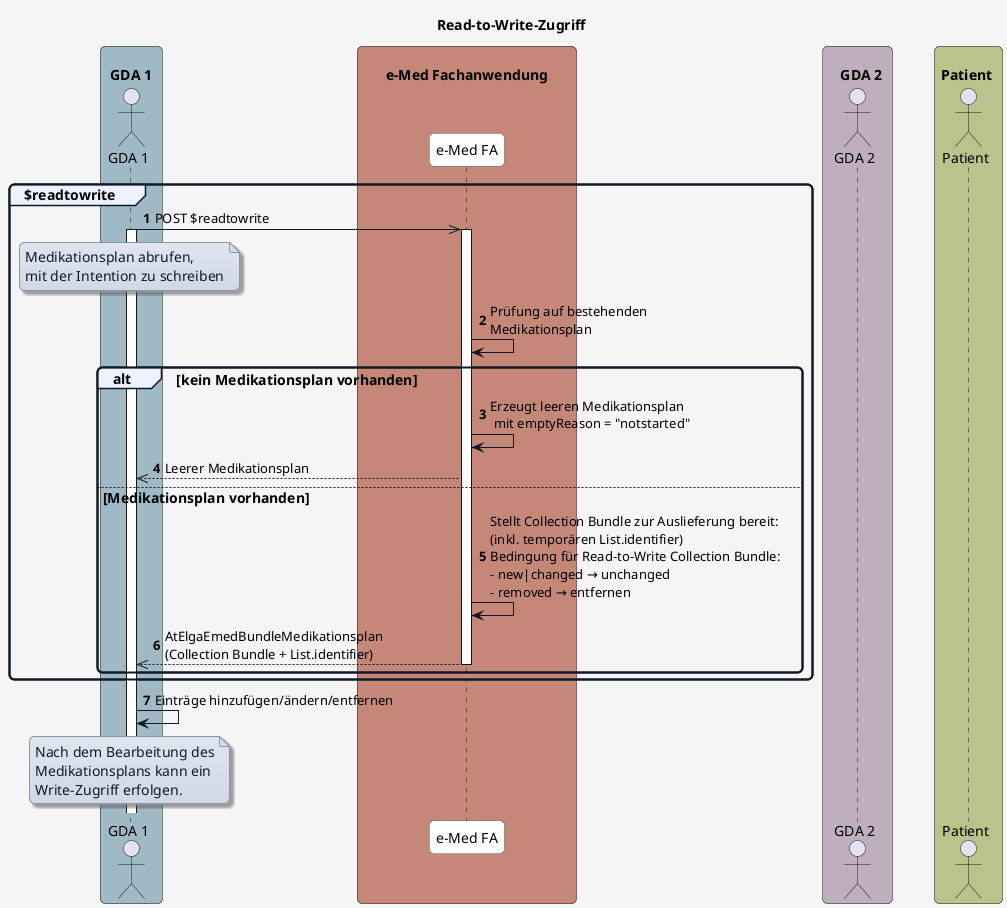
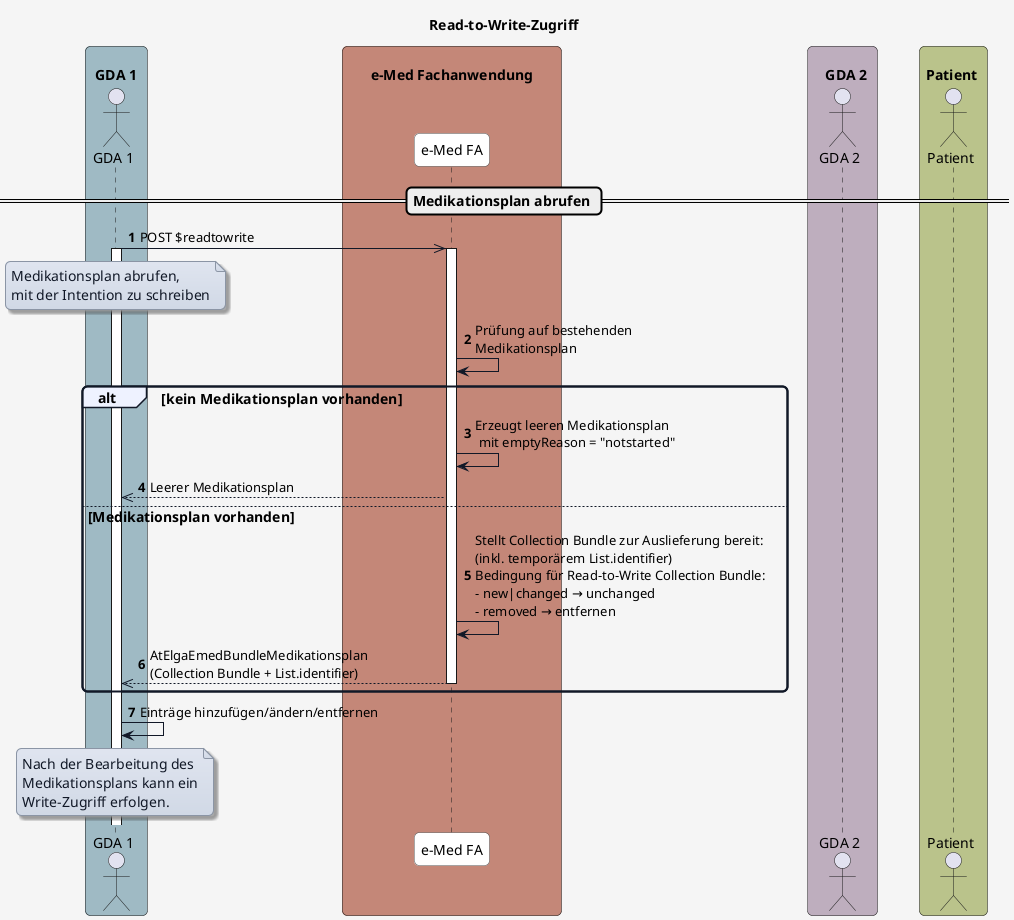
@startuml
title Read-to-Write-Zugriff

skinparam borderColor #000000
skinparam backgroundColor #f5f5f5
skinparam shadowing false
skinparam roundCorner 10
skinparam defaultFontName "Arial"
skinparam defaultFontSize 14
skinparam defaultFontColor #000000

skinparam note {
  BackgroundColor #e0e5f0-#d1d9e6
  BorderColor #8b95a5
  BorderThickness 1
  RoundCorner 8
  Padding 6
  FontColor #111827
  Shadowing true
}

skinparam HyperlinkColor #0000EE
skinparam HyperlinkUnderline false

skinparam sequence {
  ParticipantBorderColor #555555
  ParticipantBackgroundColor #ffffff
  ParticipantFontColor #000000
  ParticipantFontSize 14
  ParticipantPadding 20
  ArrowColor #111827
  ArrowThickness 1
  ArrowFontColor #000000
  ArrowFontSize 13
  GroupBorderColor #111827
  GroupBackgroundColor #eef2ff
  GroupBorderThickness 2
}

skinparam BoxPadding 20
skinparam BoxBorderColor #555555

box "\n  GDA 1  " #9fbac4
  actor GDA_1 as "GDA 1"
end box

box "\n       e-Med Fachanwendung       " #C48778
  participant eMed_FA as "e-Med FA"
end box

box "\n    GDA 2  " #beaebe
  actor GDA_2 as "GDA 2"
end box

box "\n Patient  " #bac38b
  actor Patient as "Patient"
end box


autonumber

+ == Medikationsplan abrufen ==

- group $readtowrite
+ GDA_1 ->> eMed_FA: POST $readtowrite
+ activate GDA_1

-   GDA_1 ->> eMed_FA: POST $readtowrite
-   activate GDA_1
+ note over GDA_1
+ Medikationsplan abrufen,
+ mit der Intention zu schreiben
+ end note

-   note over GDA_1
-   Medikationsplan abrufen,
-   mit der Intention zu schreiben
-   end note
+ activate eMed_FA
+ eMed_FA -> eMed_FA: Prüfung auf bestehenden\nMedikationsplan

-   activate eMed_FA
-   eMed_FA -> eMed_FA: Prüfung auf bestehenden\nMedikationsplan
+ alt kein Medikationsplan vorhanden
+   eMed_FA -> eMed_FA: Erzeugt leeren Medikationsplan\n mit emptyReason = "notstarted"
+   eMed_FA -->> GDA_1: Leerer Medikationsplan

-   alt kein Medikationsplan vorhanden
-     eMed_FA -> eMed_FA: Erzeugt leeren Medikationsplan\n mit emptyReason = "notstarted"
-     eMed_FA -->> GDA_1: Leerer Medikationsplan
+ else Medikationsplan vorhanden
+   eMed_FA -> eMed_FA: Stellt Collection Bundle zur Auslieferung bereit:\n(inkl. temporärem List.identifier)\nBedingung für Read-to-Write Collection Bundle:\n- new|changed → unchanged\n- removed → entfernen
+   eMed_FA -->> GDA_1: AtElgaEmedBundleMedikationsplan\n(Collection Bundle + List.identifier)
+   deactivate eMed_FA
+ end

-   else Medikationsplan vorhanden
-     eMed_FA -> eMed_FA: Stellt Collection Bundle zur Auslieferung bereit:\n(inkl. temporären List.identifier)\nBedingung für Read-to-Write Collection Bundle:\n- new|changed → unchanged\n- removed → entfernen
-     eMed_FA -->> GDA_1: AtElgaEmedBundleMedikationsplan\n(Collection Bundle + List.identifier)
-     deactivate eMed_FA
-   end
- 
- end

GDA_1 -> GDA_1: Einträge hinzufügen/ändern/entfernen

note over GDA_1
- Nach dem Bearbeitung des
+ Nach der Bearbeitung des
Medikationsplans kann ein
Write-Zugriff erfolgen.
end note

@enduml